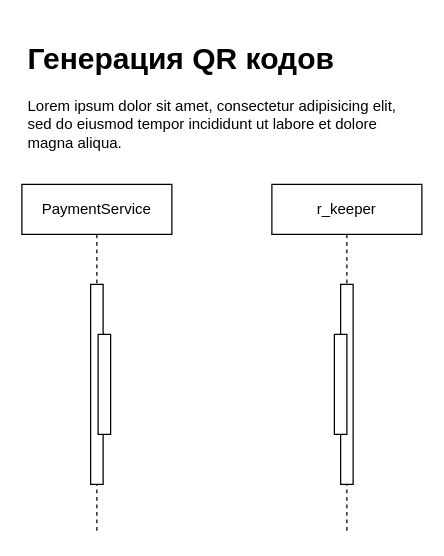
Above: Untitled Diagram.drawio in zhenyatt/qrcode (draw.io), before the change. Source tidied: cells renumbered, new cells numbered last; positions are measured from the earlier drawing's top-left corner, leaving out a move shared by most shapes. Both pictures are drawn from the tidied source at 125%, with x=0, y=0 at pixel (21, 34).
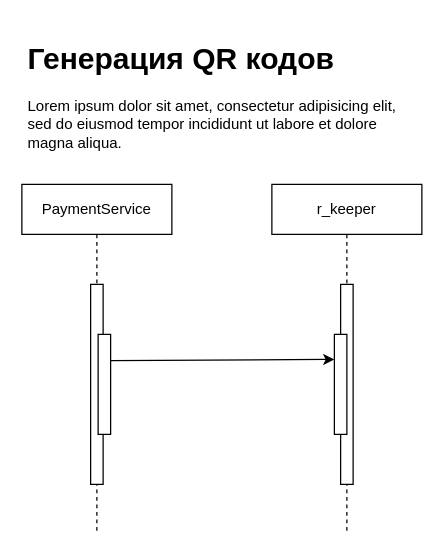
After the change.

Diff of the diagram source:
```diff
@@
 <mxGraphModel>
   <root>
     <mxCell id="0" />
     <mxCell id="1" parent="0" />
     <mxCell id="2" value="&lt;h1&gt;Генерация QR кодов&lt;/h1&gt;&lt;p&gt;Lorem ipsum dolor sit amet, consectetur adipisicing elit, sed do eiusmod tempor incididunt ut labore et dolore magna aliqua.&lt;/p&gt;" style="text;html=1;strokeColor=none;fillColor=none;spacing=5;spacingTop=-20;whiteSpace=wrap;overflow=hidden;rounded=0;" parent="1" vertex="1">
       <mxGeometry width="320" height="120" as="geometry" />
     </mxCell>
     <mxCell id="3" value="PaymentService" style="shape=umlLifeline;perimeter=lifelinePerimeter;whiteSpace=wrap;html=1;" parent="1" vertex="1">
       <mxGeometry y="120" width="120" height="280" as="geometry" />
     </mxCell>
     <mxCell id="4" style="perimeter=orthogonalPerimeter;rounded=0;shadow=0;strokeWidth=1;" parent="3" vertex="1">
       <mxGeometry x="55" y="80" width="10" height="160" as="geometry" />
     </mxCell>
     <mxCell id="5" style="points=[];perimeter=orthogonalPerimeter;rounded=0;shadow=0;strokeWidth=1;" parent="3" vertex="1">
       <mxGeometry x="61" y="120" width="10" height="80" as="geometry" />
     </mxCell>
     <mxCell id="6" value="r_keeper" style="shape=umlLifeline;perimeter=lifelinePerimeter;whiteSpace=wrap;html=1;" parent="1" vertex="1">
       <mxGeometry x="200" y="120" width="120" height="280" as="geometry" />
     </mxCell>
     <mxCell id="7" style="perimeter=orthogonalPerimeter;rounded=0;shadow=0;strokeWidth=1;" parent="6" vertex="1">
       <mxGeometry x="55" y="80" width="10" height="160" as="geometry" />
     </mxCell>
     <mxCell id="8" style="perimeter=orthogonalPerimeter;rounded=0;shadow=0;strokeWidth=1;" parent="1" vertex="1">
       <mxGeometry x="250" y="240" width="10" height="80" as="geometry" />
     </mxCell>
+    <mxCell id="9" style="endArrow=classic;html=1;exitX=1;exitY=0.263;exitDx=0;exitDy=0;exitPerimeter=0;" parent="1" edge="1" source="5">
+      <mxGeometry relative="1" as="geometry">
+        <mxPoint x="250" y="260" as="targetPoint" />
+      </mxGeometry>
+    </mxCell>
   </root>
 </mxGraphModel>
```
